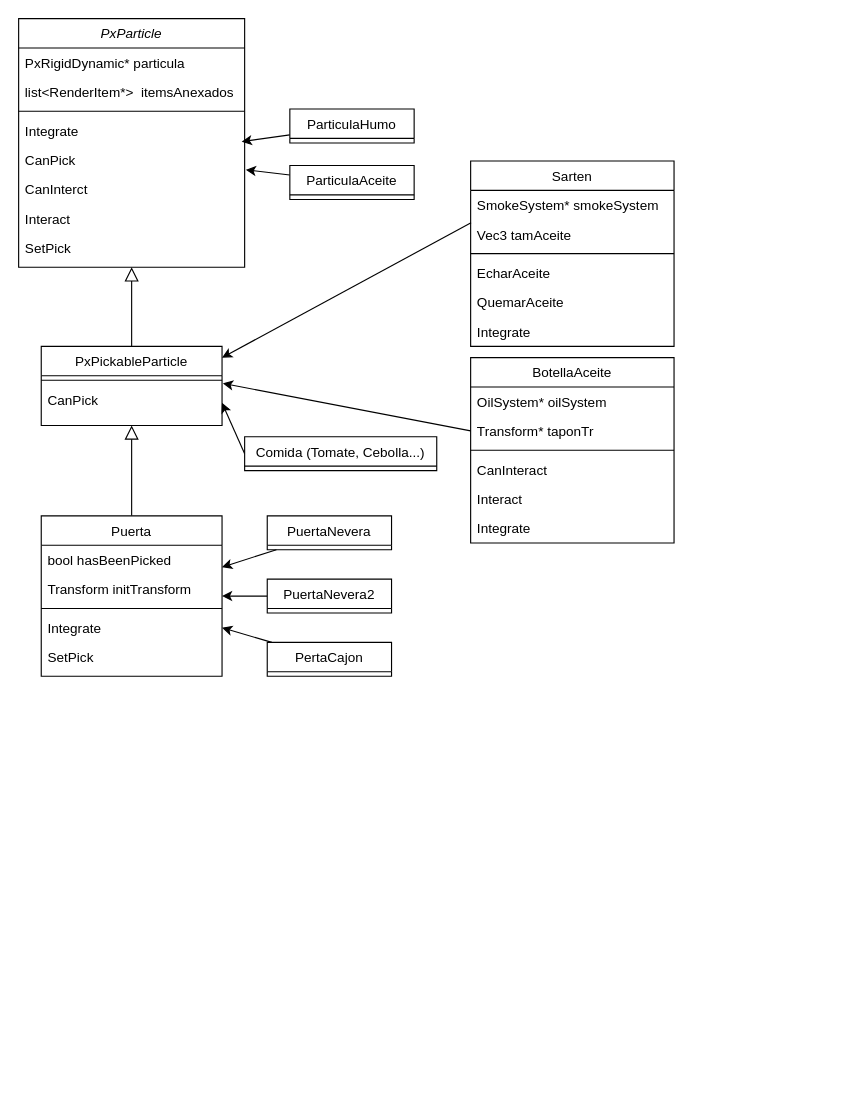
Earlier version of the draw.io diagram Diagrama sin título.drawio (Vicnuel5/SimulacionFisicaVideojuegos). Source tidied: cells renumbered, new cells numbered last; positions are measured from the earlier drawing's top-left corner, leaving out a move shared by most shapes. Both pictures are drawn from the tidied source at 113%, with x=0, y=0 at pixel (18, 18).
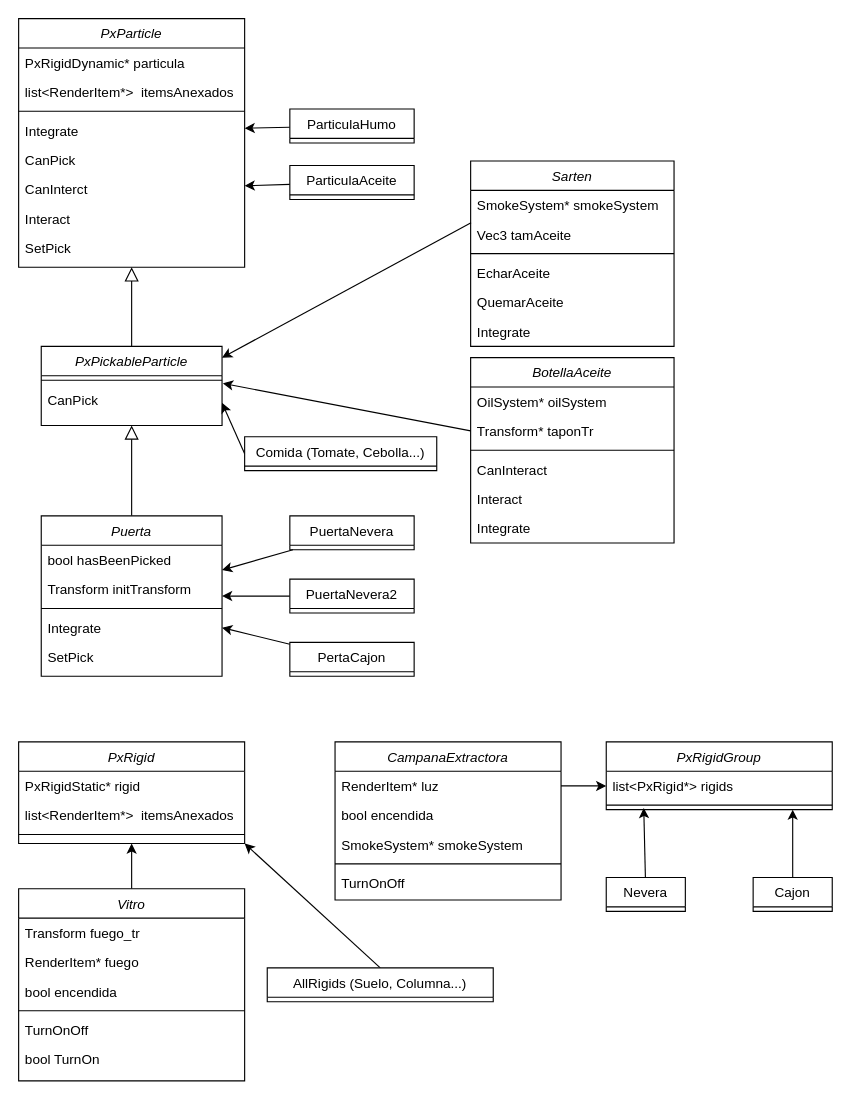
The same page after the edit.

Unchanged cells that the change refers to:
```xml
<mxCell id="6" value="Integrate" style="text;align=left;verticalAlign=top;spacingLeft=4;spacingRight=4;overflow=hidden;points=[[0,0.5],[1,0.5]];portConstraint=eastwest;" parent="2" vertex="1">
  <mxGeometry y="86" width="200" height="26" as="geometry" />
</mxCell>
<mxCell id="7" value="CanPick" style="text;align=left;verticalAlign=top;spacingLeft=4;spacingRight=4;overflow=hidden;points=[[0,0.5],[1,0.5]];portConstraint=eastwest;" parent="2" vertex="1">
  <mxGeometry y="112" width="200" height="26" as="geometry" />
</mxCell>
<mxCell id="8" value="CanInterct" style="text;align=left;verticalAlign=top;spacingLeft=4;spacingRight=4;overflow=hidden;points=[[0,0.5],[1,0.5]];portConstraint=eastwest;" parent="2" vertex="1">
  <mxGeometry y="138" width="200" height="26" as="geometry" />
</mxCell>
<mxCell id="47" value="ParticulaHumo" style="swimlane;fontStyle=0;align=center;verticalAlign=top;horizontal=1;startSize=26;rounded=0;shadow=0;strokeWidth=1;" parent="1" vertex="1">
  <mxGeometry x="240" y="80" width="110" height="30" as="geometry" />
</mxCell>
<mxCell id="49" value="ParticulaAceite" style="swimlane;fontStyle=0;align=center;verticalAlign=top;horizontal=1;startSize=26;rounded=0;shadow=0;strokeWidth=1;" parent="1" vertex="1">
  <mxGeometry x="240" y="130" width="110" height="30" as="geometry" />
</mxCell>
```

Change to the diagram source:
```diff
@@
-    <mxCell id="11" value="PxPickableParticle" style="swimlane;fontStyle=0;align=center;verticalAlign=top;horizontal=1;startSize=26;rounded=0;shadow=0;strokeWidth=1;" parent="1" vertex="1">
+    <mxCell id="11" value="PxPickableParticle" style="swimlane;fontStyle=2;align=center;verticalAlign=top;horizontal=1;startSize=26;rounded=0;shadow=0;strokeWidth=1;" parent="1" vertex="1">
       <mxGeometry x="20" y="290" width="160" height="70" as="geometry" />
     </mxCell>
@@
-    <mxCell id="16" value="Puerta" style="swimlane;fontStyle=0;align=center;verticalAlign=top;horizontal=1;startSize=26;rounded=0;shadow=0;strokeWidth=1;" parent="1" vertex="1">
+    <mxCell id="16" value="Puerta" style="swimlane;fontStyle=2;align=center;verticalAlign=top;horizontal=1;startSize=26;rounded=0;shadow=0;strokeWidth=1;" parent="1" vertex="1">
       <mxGeometry x="20" y="440" width="160" height="142" as="geometry" />
     </mxCell>
@@
     <mxCell id="23" value="PuertaNevera" style="swimlane;fontStyle=0;align=center;verticalAlign=top;horizontal=1;startSize=26;rounded=0;shadow=0;strokeWidth=1;" parent="1" vertex="1">
-      <mxGeometry x="220" y="440" width="110" height="30" as="geometry" />
+      <mxGeometry x="240" y="440" width="110" height="30" as="geometry" />
     </mxCell>
@@
     <mxCell id="25" value="PuertaNevera2" style="swimlane;fontStyle=0;align=center;verticalAlign=top;horizontal=1;startSize=26;rounded=0;shadow=0;strokeWidth=1;" parent="1" vertex="1">
-      <mxGeometry x="220" y="496" width="110" height="30" as="geometry" />
+      <mxGeometry x="240" y="496" width="110" height="30" as="geometry" />
     </mxCell>
@@
     <mxCell id="27" value="PertaCajon" style="swimlane;fontStyle=0;align=center;verticalAlign=top;horizontal=1;startSize=26;rounded=0;shadow=0;strokeWidth=1;" parent="1" vertex="1">
-      <mxGeometry x="220" y="552" width="110" height="30" as="geometry" />
+      <mxGeometry x="240" y="552" width="110" height="30" as="geometry" />
     </mxCell>
@@
-    <mxCell id="31" value="Sarten" style="swimlane;fontStyle=0;align=center;verticalAlign=top;horizontal=1;startSize=26;rounded=0;shadow=0;strokeWidth=1;" parent="1" vertex="1">
+    <mxCell id="31" value="Sarten" style="swimlane;fontStyle=2;align=center;verticalAlign=top;horizontal=1;startSize=26;rounded=0;shadow=0;strokeWidth=1;" parent="1" vertex="1">
       <mxGeometry x="400" y="126" width="180" height="164" as="geometry" />
     </mxCell>
@@
-    <mxCell id="39" value="BotellaAceite" style="swimlane;fontStyle=0;align=center;verticalAlign=top;horizontal=1;startSize=26;rounded=0;shadow=0;strokeWidth=1;" parent="1" vertex="1">
+    <mxCell id="39" value="BotellaAceite" style="swimlane;fontStyle=2;align=center;verticalAlign=top;horizontal=1;startSize=26;rounded=0;shadow=0;strokeWidth=1;" parent="1" vertex="1">
       <mxGeometry x="400" y="300" width="180" height="164" as="geometry" />
     </mxCell>
@@
-    <mxCell id="46" style="edgeStyle=none;rounded=0;jettySize=auto;html=1;entryX=0.987;entryY=-0.121;entryDx=0;entryDy=0;entryPerimeter=0;" parent="1" edge="1" source="47" target="7">
+    <mxCell id="46" style="edgeStyle=none;rounded=0;jettySize=auto;html=1;" parent="1" edge="1" source="47" target="6">
       <mxGeometry relative="1" as="geometry" />
     </mxCell>
@@
-    <mxCell id="48" style="edgeStyle=none;rounded=0;jettySize=auto;html=1;entryX=1.005;entryY=0.836;entryDx=0;entryDy=0;entryPerimeter=0;" parent="1" edge="1" source="49" target="7">
-      <mxGeometry relative="1" as="geometry" />
-    </mxCell>
+    <mxCell id="51" style="edgeStyle=none;rounded=0;jettySize=auto;html=1;" parent="1" edge="1" source="49" target="8">
+      <mxGeometry relative="1" as="geometry" />
+    </mxCell>
@@
+    <mxCell id="52" value="PxRigid" style="swimlane;fontStyle=2;align=center;verticalAlign=top;horizontal=1;startSize=26;rounded=0;shadow=0;strokeWidth=1;" parent="1" vertex="1">
+      <mxGeometry y="640" width="200" height="90" as="geometry" />
+    </mxCell>
+    <mxCell id="53" value="PxRigidStatic* rigid" style="text;align=left;verticalAlign=top;spacingLeft=4;spacingRight=4;overflow=hidden;" parent="52" vertex="1">
+      <mxGeometry y="26" width="200" height="26" as="geometry" />
+    </mxCell>
+    <mxCell id="54" value="list&lt;RenderItem*&gt;  itemsAnexados" style="text;align=left;verticalAlign=top;spacingLeft=4;spacingRight=4;overflow=hidden;rounded=0;shadow=0;html=0;" parent="52" vertex="1">
+      <mxGeometry y="52" width="200" height="26" as="geometry" />
+    </mxCell>
+    <mxCell id="55" style="line;html=1;strokeWidth=1;align=left;verticalAlign=middle;spacingTop=-1;spacingLeft=3;spacingRight=3;labelPosition=right;" parent="52" vertex="1">
+      <mxGeometry y="78" width="200" height="8" as="geometry" />
+    </mxCell>
+    <mxCell id="56" style="edgeStyle=none;rounded=0;jettySize=auto;html=1;exitX=0.5;exitY=0;exitDx=0;exitDy=0;entryX=1;entryY=1;entryDx=0;entryDy=0;" parent="1" edge="1" source="57" target="52">
+      <mxGeometry relative="1" as="geometry" />
+    </mxCell>
+    <mxCell id="57" value="AllRigids (Suelo, Columna...)" style="swimlane;fontStyle=0;align=center;verticalAlign=top;horizontal=1;startSize=26;rounded=0;shadow=0;strokeWidth=1;" parent="1" vertex="1">
+      <mxGeometry x="220" y="840" width="200" height="30" as="geometry" />
+    </mxCell>
+    <mxCell id="58" value="PxRigidGroup" style="swimlane;fontStyle=2;align=center;verticalAlign=top;horizontal=1;startSize=26;rounded=0;shadow=0;strokeWidth=1;" parent="1" vertex="1">
+      <mxGeometry x="520" y="640" width="200" height="60" as="geometry" />
+    </mxCell>
+    <mxCell id="59" value="list&lt;PxRigid*&gt; rigids" style="text;align=left;verticalAlign=top;spacingLeft=4;spacingRight=4;overflow=hidden;points=[[0,0.5],[1,0.5]];portConstraint=eastwest;rounded=0;shadow=0;html=0;" parent="58" vertex="1">
+      <mxGeometry y="26" width="200" height="26" as="geometry" />
+    </mxCell>
+    <mxCell id="60" style="line;html=1;strokeWidth=1;align=left;verticalAlign=middle;spacingTop=-1;spacingLeft=3;spacingRight=3;labelPosition=right;points=[];portConstraint=eastwest;" parent="58" vertex="1">
+      <mxGeometry y="52" width="200" height="8" as="geometry" />
+    </mxCell>
+    <mxCell id="61" style="edgeStyle=none;rounded=0;jettySize=auto;html=1;entryX=0.5;entryY=1;entryDx=0;entryDy=0;" parent="1" edge="1" source="62" target="52">
+      <mxGeometry relative="1" as="geometry" />
+    </mxCell>
+    <mxCell id="62" value="Vitro" style="swimlane;fontStyle=2;align=center;verticalAlign=top;horizontal=1;startSize=26;rounded=0;shadow=0;strokeWidth=1;" parent="1" vertex="1">
+      <mxGeometry y="770" width="200" height="170" as="geometry" />
+    </mxCell>
+    <mxCell id="63" value="Transform fuego_tr" style="text;align=left;verticalAlign=top;spacingLeft=4;spacingRight=4;overflow=hidden;rounded=0;shadow=0;html=0;" parent="62" vertex="1">
+      <mxGeometry y="26" width="200" height="26" as="geometry" />
+    </mxCell>
+    <mxCell id="64" value="RenderItem* fuego" style="text;align=left;verticalAlign=top;spacingLeft=4;spacingRight=4;overflow=hidden;" parent="62" vertex="1">
+      <mxGeometry y="52" width="200" height="26" as="geometry" />
+    </mxCell>
+    <mxCell id="65" value="bool encendida" style="text;align=left;verticalAlign=top;spacingLeft=4;spacingRight=4;overflow=hidden;rounded=0;shadow=0;html=0;" parent="62" vertex="1">
+      <mxGeometry y="78" width="200" height="26" as="geometry" />
+    </mxCell>
+    <mxCell id="66" style="line;html=1;strokeWidth=1;align=left;verticalAlign=middle;spacingTop=-1;spacingLeft=3;spacingRight=3;labelPosition=right;" parent="62" vertex="1">
+      <mxGeometry y="104" width="200" height="8" as="geometry" />
+    </mxCell>
+    <mxCell id="67" value="TurnOnOff" style="text;align=left;verticalAlign=top;spacingLeft=4;spacingRight=4;overflow=hidden;rounded=0;shadow=0;html=0;" parent="62" vertex="1">
+      <mxGeometry y="112" width="200" height="26" as="geometry" />
+    </mxCell>
+    <mxCell id="68" value=" bool TurnOn&#10;" style="text;align=left;verticalAlign=top;spacingLeft=4;spacingRight=4;overflow=hidden;rounded=0;shadow=0;html=0;" parent="62" vertex="1">
+      <mxGeometry y="138" width="200" height="26" as="geometry" />
+    </mxCell>
+    <mxCell id="69" value="CampanaExtractora" style="swimlane;fontStyle=2;align=center;verticalAlign=top;horizontal=1;startSize=26;rounded=0;shadow=0;strokeWidth=1;" parent="1" vertex="1">
+      <mxGeometry x="280" y="640" width="200" height="140" as="geometry" />
+    </mxCell>
+    <mxCell id="70" value="RenderItem* luz" style="text;align=left;verticalAlign=top;spacingLeft=4;spacingRight=4;overflow=hidden;points=[[0,0.5],[1,0.5]];portConstraint=eastwest;" parent="69" vertex="1">
+      <mxGeometry y="26" width="200" height="26" as="geometry" />
+    </mxCell>
+    <mxCell id="71" value="bool encendida" style="text;align=left;verticalAlign=top;spacingLeft=4;spacingRight=4;overflow=hidden;rounded=0;shadow=0;html=0;" parent="69" vertex="1">
+      <mxGeometry y="52" width="200" height="26" as="geometry" />
+    </mxCell>
+    <mxCell id="72" value="SmokeSystem* smokeSystem" style="text;align=left;verticalAlign=top;spacingLeft=4;spacingRight=4;overflow=hidden;rounded=0;shadow=0;html=0;" parent="69" vertex="1">
+      <mxGeometry y="78" width="200" height="26" as="geometry" />
+    </mxCell>
+    <mxCell id="73" style="line;html=1;strokeWidth=1;align=left;verticalAlign=middle;spacingTop=-1;spacingLeft=3;spacingRight=3;labelPosition=right;" parent="69" vertex="1">
+      <mxGeometry y="104" width="200" height="8" as="geometry" />
+    </mxCell>
+    <mxCell id="74" value="TurnOnOff" style="text;align=left;verticalAlign=top;spacingLeft=4;spacingRight=4;overflow=hidden;rounded=0;shadow=0;html=0;" parent="69" vertex="1">
+      <mxGeometry y="112" width="200" height="26" as="geometry" />
+    </mxCell>
+    <mxCell id="75" style="edgeStyle=none;rounded=0;jettySize=auto;html=1;entryX=0;entryY=0.5;entryDx=0;entryDy=0;" parent="1" edge="1" source="70" target="59">
+      <mxGeometry relative="1" as="geometry" />
+    </mxCell>
+    <mxCell id="76" style="edgeStyle=none;rounded=0;jettySize=auto;html=1;entryX=0.166;entryY=0.825;entryDx=0;entryDy=0;entryPerimeter=0;" parent="1" edge="1" source="77" target="60">
+      <mxGeometry relative="1" as="geometry" />
+    </mxCell>
+    <mxCell id="77" value="Nevera" style="swimlane;fontStyle=0;align=center;verticalAlign=top;horizontal=1;startSize=26;rounded=0;shadow=0;strokeWidth=1;" parent="1" vertex="1">
+      <mxGeometry x="520" y="760" width="70" height="30" as="geometry" />
+    </mxCell>
+    <mxCell id="78" style="edgeStyle=none;rounded=0;jettySize=auto;html=1;entryX=0.825;entryY=1;entryDx=0;entryDy=0;entryPerimeter=0;" parent="1" edge="1" source="79" target="60">
+      <mxGeometry relative="1" as="geometry" />
+    </mxCell>
+    <mxCell id="79" value="Cajon" style="swimlane;fontStyle=0;align=center;verticalAlign=top;horizontal=1;startSize=26;rounded=0;shadow=0;strokeWidth=1;" parent="1" vertex="1">
+      <mxGeometry x="650" y="760" width="70" height="30" as="geometry" />
+    </mxCell>
```
